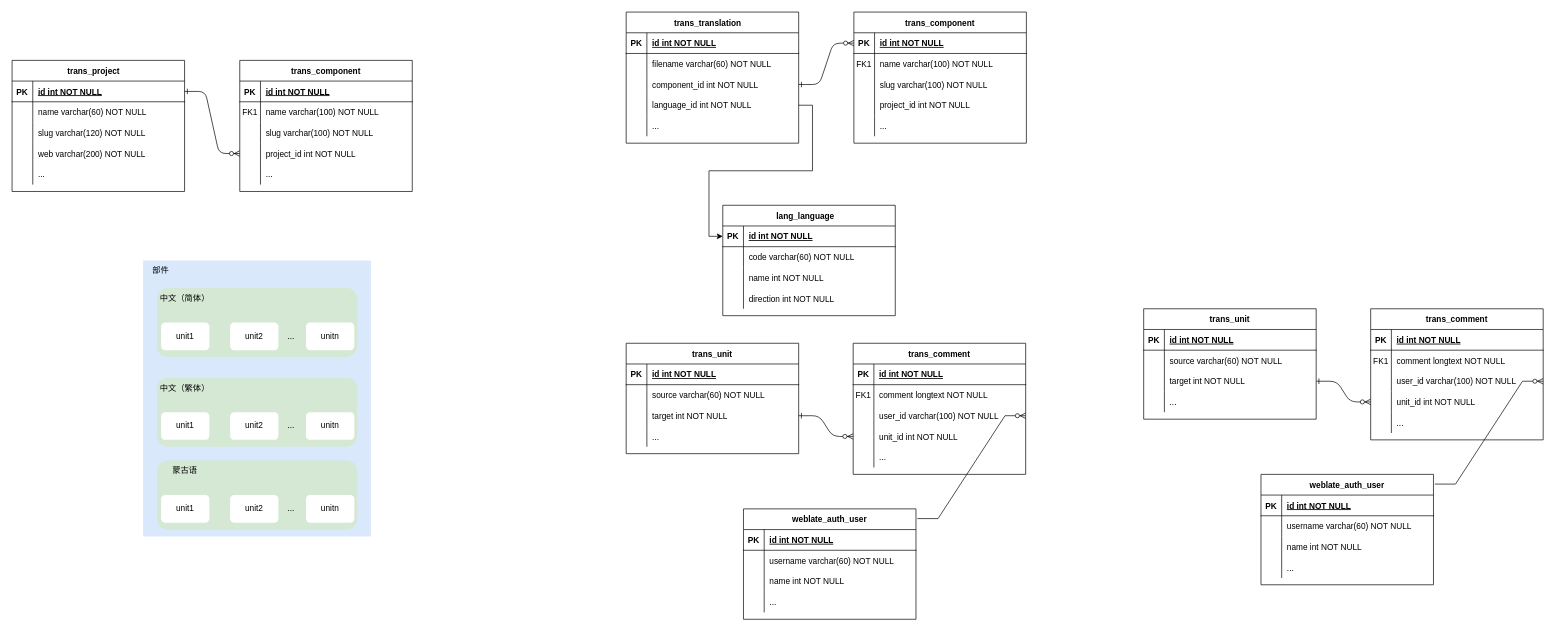
Before: weblate/项目、部件ER图.drawio in weijiang1994/draw-io, a draw.io diagram. Source tidied: cells renumbered, new cells numbered last; positions are measured from the earlier drawing's top-left corner, leaving out a move shared by most shapes. Both pictures are drawn from the tidied source at 69%, with x=0, y=0 at pixel (12, 12).
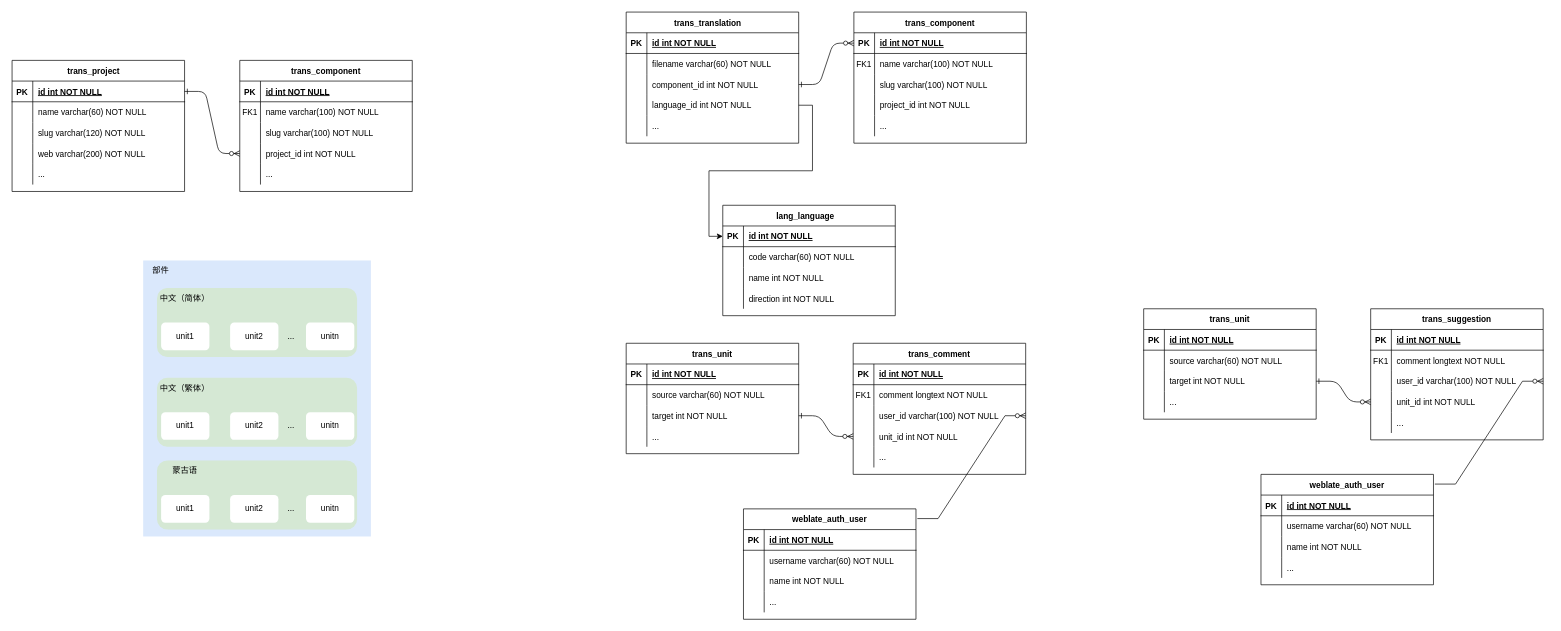
The same diagram, later.

Commit message:
更新项目、部件ER图.drawio

The edit, as a diff of the source:
```diff
@@
-    <mxCell id="154" value="trans_comment" style="shape=table;startSize=30;childLayout=tableLayout;rowLines=0;fontStyle=1;align=center;" parent="1" vertex="1">
+    <mxCell id="154" value="trans_suggestion" style="shape=table;startSize=30;childLayout=tableLayout;rowLines=0;fontStyle=1;align=center;" parent="1" vertex="1">
       <mxGeometry x="1969" y="430" width="250" height="190" as="geometry" />
     </mxCell>
```
